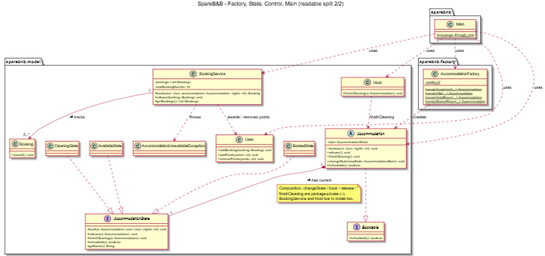
The PlantUML diagram diagrams/class-patterns.png in GLIDARTs/software_modeling, before a commit. Its source is kept beside it as diagrams/class-patterns.puml.
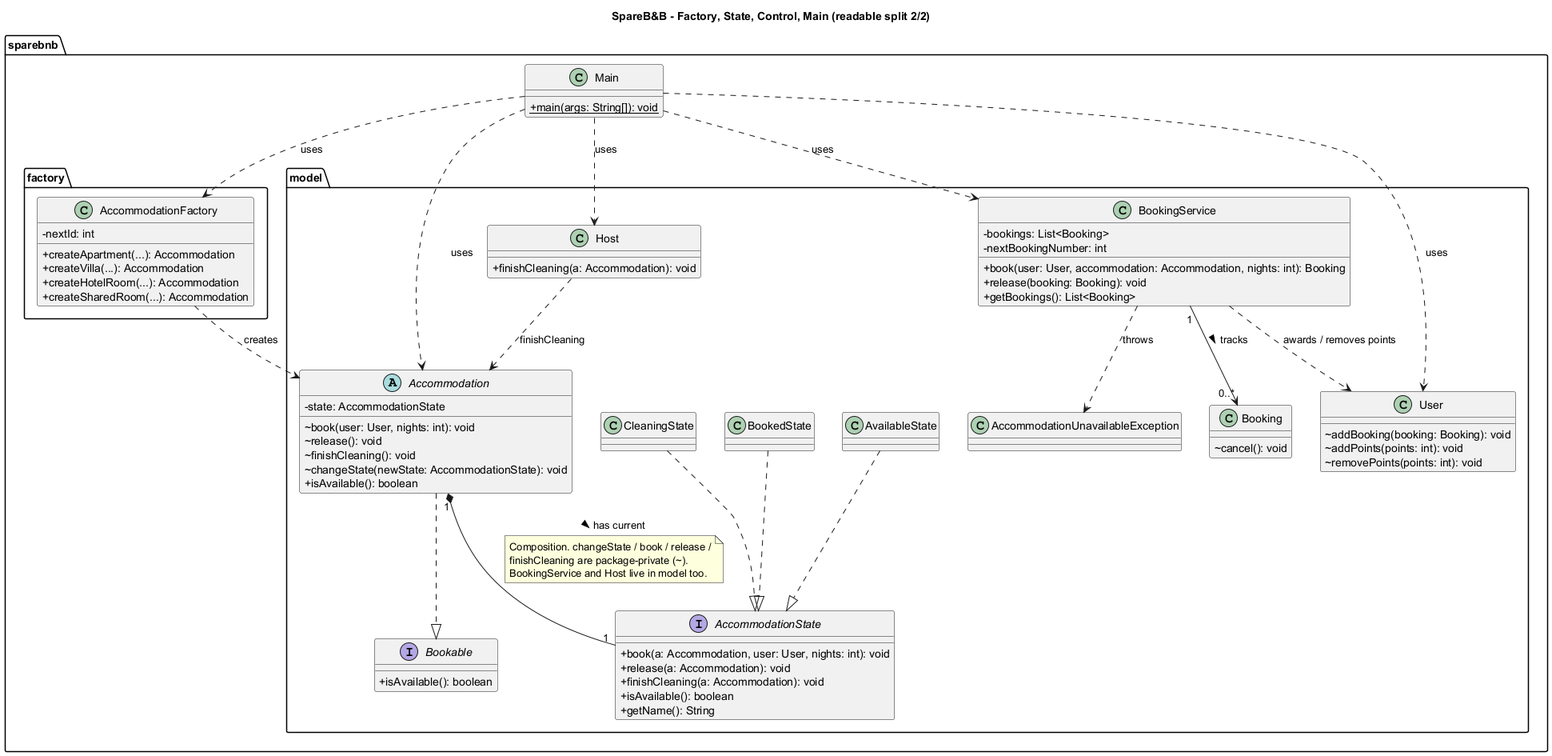
Above is the later version.

Change to the diagram source:
```diff
@@ -10,11 +10,11 @@
 
 package "sparebnb.factory" {
   class AccommodationFactory {
-    - {static} nextId: int
-    + {static} createApartment(...): Accommodation
-    + {static} createVilla(...): Accommodation
-    + {static} createHotelRoom(...): Accommodation
-    + {static} createSharedRoom(...): Accommodation
+    - nextId: int
+    + createApartment(...): Accommodation
+    + createVilla(...): Accommodation
+    + createHotelRoom(...): Accommodation
+    + createSharedRoom(...): Accommodation
   }
 }
 
```
